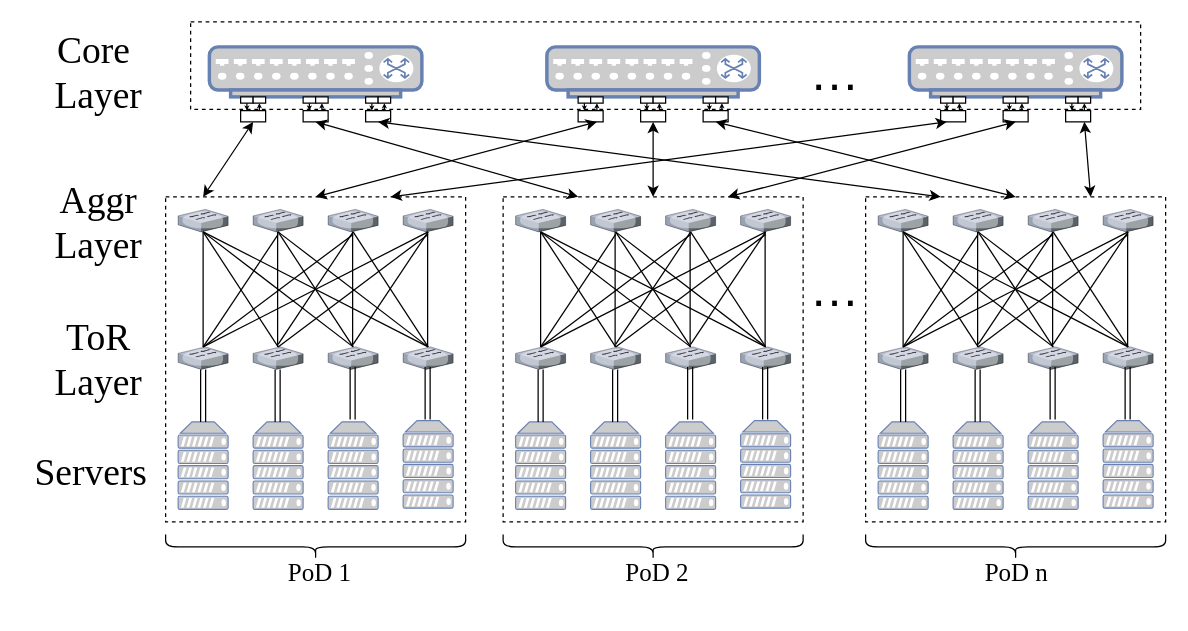
Above: 大论文/clos.drawio in caopeirui/app.diagrams.net (draw.io), before the change. Source tidied: cells renumbered, new cells numbered last; positions are measured from the earlier drawing's top-left corner, leaving out a move shared by most shapes. Both pictures are drawn from the tidied source at 125%, with x=0, y=0 at pixel (21, 21).
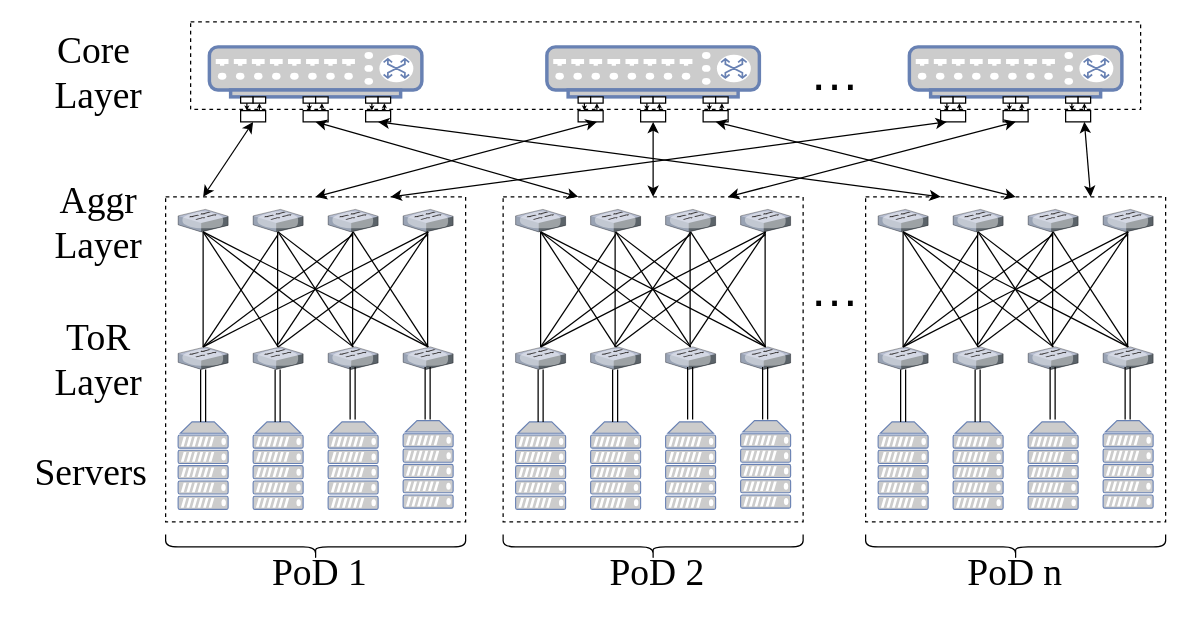
The same page after the edit.

Diff of the diagram source:
```diff
@@
     <mxCell id="2" style="group;" parent="1" vertex="1">
-      <mxGeometry width="915" height="450" as="geometry" />
+      <mxGeometry width="915" height="470" as="geometry" />
     </mxCell>
@@
-    <mxCell id="116" value="&lt;div style=&quot;font-size: 20px&quot;&gt;&lt;font style=&quot;font-size: 20px&quot; face=&quot;Times New Roman&quot;&gt;PoD 1 &lt;br&gt;&lt;/font&gt;&lt;/div&gt;" style="text;html=1;align=center;verticalAlign=middle;" parent="2" vertex="1">
-      <mxGeometry x="203" y="430" width="70" height="20" as="geometry" />
+    <mxCell id="116" value="&lt;div style=&quot;font-size: 30px;&quot;&gt;&lt;font style=&quot;font-size: 30px;&quot; face=&quot;Times New Roman&quot;&gt;PoD 1 &lt;br style=&quot;font-size: 30px;&quot;&gt;&lt;/font&gt;&lt;/div&gt;" style="text;html=1;align=center;verticalAlign=middle;fontSize=30;" parent="2" vertex="1">
+      <mxGeometry x="188" y="415" width="100" height="50" as="geometry" />
     </mxCell>
@@
-    <mxCell id="118" value="&lt;div style=&quot;font-size: 20px&quot;&gt;&lt;font style=&quot;font-size: 20px&quot; face=&quot;Times New Roman&quot;&gt;PoD 2 &lt;/font&gt;&lt;/div&gt;" style="text;html=1;align=center;verticalAlign=middle;" parent="2" vertex="1">
-      <mxGeometry x="473" y="430" width="70" height="20" as="geometry" />
+    <mxCell id="118" value="&lt;div style=&quot;font-size: 30px;&quot;&gt;&lt;font style=&quot;font-size: 30px;&quot; face=&quot;Times New Roman&quot;&gt;PoD 2 &lt;/font&gt;&lt;/div&gt;" style="text;html=1;align=center;verticalAlign=middle;fontSize=30;" parent="2" vertex="1">
+      <mxGeometry x="458" y="415" width="100" height="50" as="geometry" />
     </mxCell>
@@
-    <mxCell id="120" value="&lt;div style=&quot;font-size: 20px&quot;&gt;&lt;font style=&quot;font-size: 20px&quot; face=&quot;Times New Roman&quot;&gt;PoD n&amp;nbsp;&lt;br&gt;&lt;/font&gt;&lt;/div&gt;" style="text;html=1;align=center;verticalAlign=middle;" parent="2" vertex="1">
-      <mxGeometry x="763" y="430" width="70" height="20" as="geometry" />
+    <mxCell id="120" value="&lt;div style=&quot;font-size: 30px;&quot;&gt;&lt;font style=&quot;font-size: 30px;&quot; face=&quot;Times New Roman&quot;&gt;PoD n&amp;nbsp;&lt;br style=&quot;font-size: 30px;&quot;&gt;&lt;/font&gt;&lt;/div&gt;" style="text;html=1;align=center;verticalAlign=middle;fontSize=30;" parent="2" vertex="1">
+      <mxGeometry x="743" y="415" width="110" height="50" as="geometry" />
     </mxCell>
```
